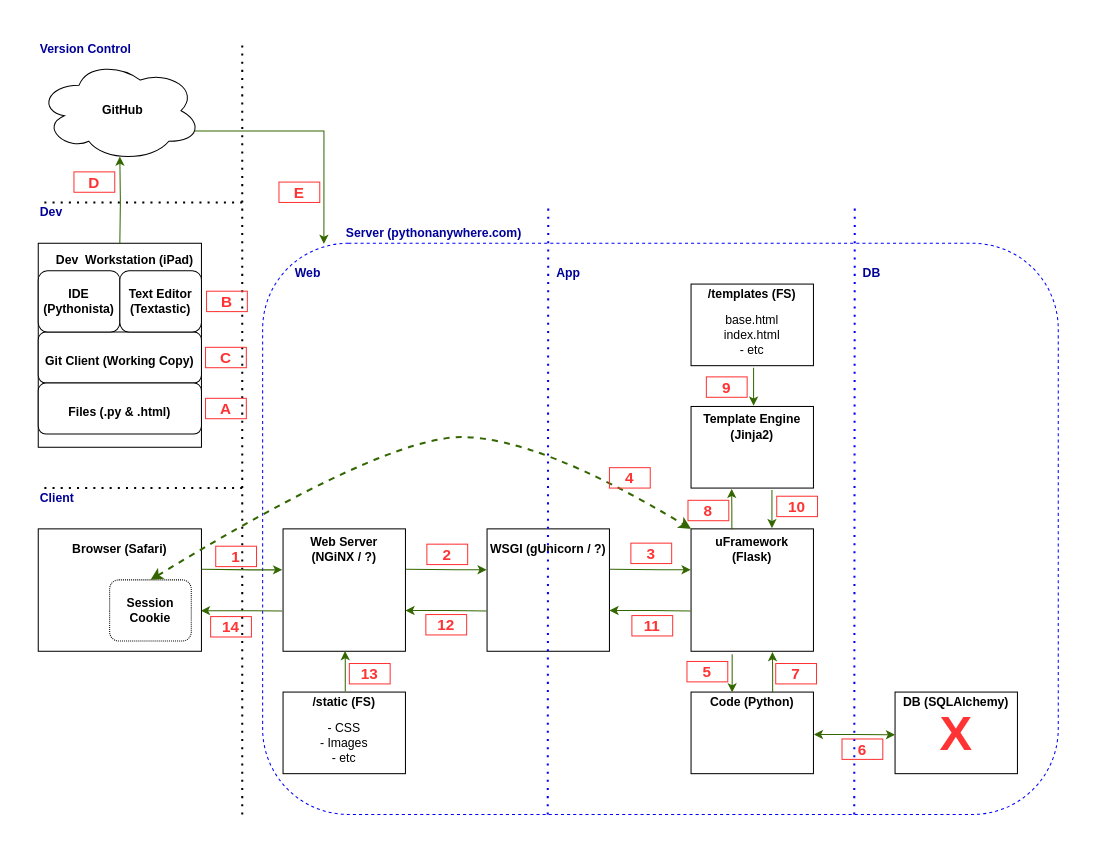
This is Web Flow.drawio from tsnellgrove/draw.io, a draw.io file, before an edit. Source tidied: cells renumbered, new cells numbered last; positions are measured from the earlier drawing's top-left corner, leaving out a move shared by most shapes. Both pictures are drawn from the tidied source at 102%, with x=0, y=0 at pixel (38, 39).
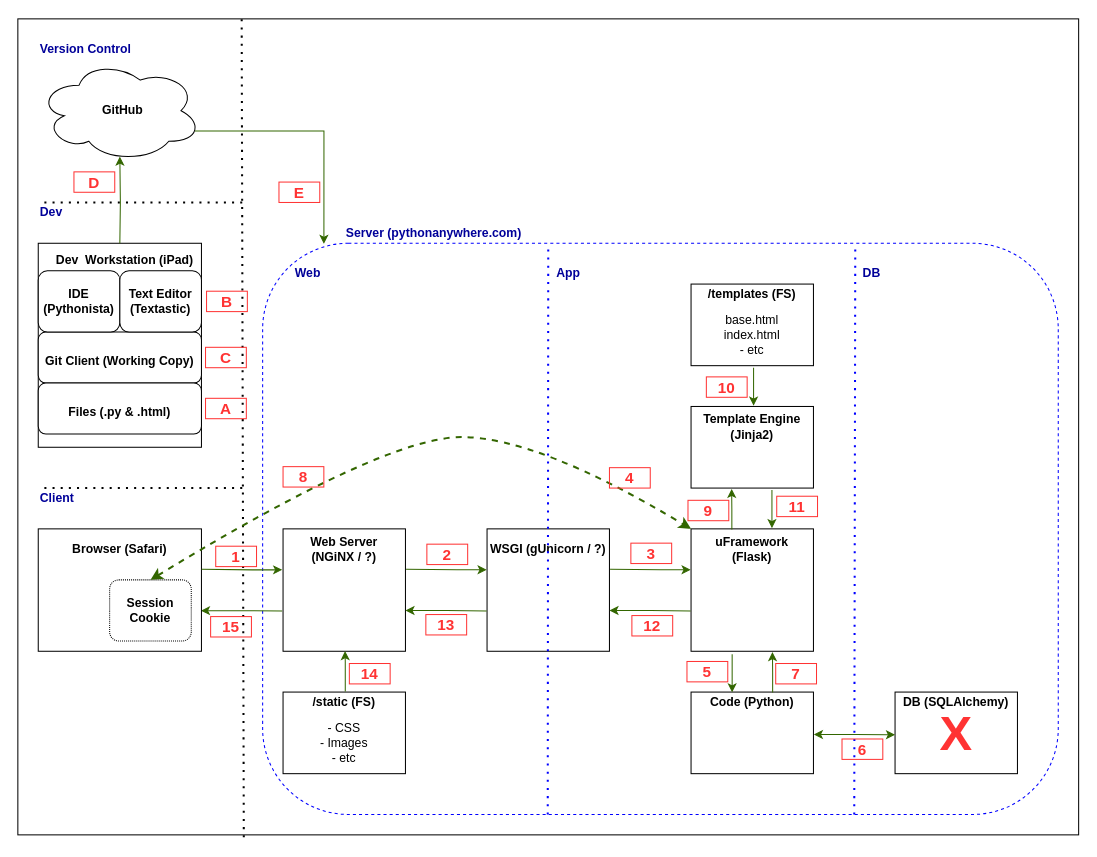
The same diagram, later.

Diff of the diagram source:
```diff
@@
+    <mxCell id="85" style="rounded=0;whiteSpace=wrap;html=1;fillColor=none;" parent="1" vertex="1">
+      <mxGeometry x="-20" y="-20" width="1040" height="800" as="geometry" />
+    </mxCell>
@@
-    <mxCell id="3" style="endArrow=none;dashed=1;html=1;dashPattern=1 3;strokeWidth=2;" parent="1" edge="1">
-      <mxGeometry relative="1" as="geometry">
-        <mxPoint x="200" y="760" as="sourcePoint" />
-        <mxPoint x="200" as="targetPoint" />
-      </mxGeometry>
+    <mxCell id="3" style="endArrow=none;dashed=1;html=1;dashPattern=1 3;strokeWidth=2;entryX=0.211;entryY=0;entryDx=0;entryDy=0;entryPerimeter=0;exitX=0.213;exitY=1.003;exitDx=0;exitDy=0;exitPerimeter=0;" parent="1" edge="1" source="85" target="85">
+      <mxGeometry relative="1" as="geometry" />
     </mxCell>
@@
     <mxCell id="34" style="endArrow=none;dashed=1;html=1;dashPattern=1 3;strokeWidth=2;strokeColor=#0000FF;" parent="1" edge="1">
       <mxGeometry relative="1" as="geometry">
         <mxPoint x="499.5" y="760" as="sourcePoint" />
-        <mxPoint x="500" y="160" as="targetPoint" />
+        <mxPoint x="500" y="200" as="targetPoint" />
       </mxGeometry>
     </mxCell>
@@
     <mxCell id="45" style="endArrow=none;dashed=1;html=1;dashPattern=1 3;strokeWidth=2;strokeColor=#0000FF;" parent="1" edge="1">
       <mxGeometry relative="1" as="geometry">
         <mxPoint x="800" y="760" as="sourcePoint" />
-        <mxPoint x="800.5" y="160" as="targetPoint" />
+        <mxPoint x="801" y="200" as="targetPoint" />
       </mxGeometry>
     </mxCell>
@@
-    <mxCell id="78" value="8" style="text;html=1;fillColor=none;align=center;verticalAlign=middle;whiteSpace=wrap;rounded=0;fontSize=15;fontStyle=1;fontColor=#FF3333;strokeColor=#FF3333;" parent="1" vertex="1">
+    <mxCell id="78" value="9" style="text;html=1;fillColor=none;align=center;verticalAlign=middle;whiteSpace=wrap;rounded=0;fontSize=15;fontStyle=1;fontColor=#FF3333;strokeColor=#FF3333;" parent="1" vertex="1">
       <mxGeometry x="637" y="452" width="40" height="20" as="geometry" />
     </mxCell>
-    <mxCell id="79" value="9" style="text;html=1;fillColor=none;align=center;verticalAlign=middle;whiteSpace=wrap;rounded=0;fontSize=15;fontStyle=1;fontColor=#FF3333;strokeColor=#FF3333;" parent="1" vertex="1">
+    <mxCell id="79" value="10" style="text;html=1;fillColor=none;align=center;verticalAlign=middle;whiteSpace=wrap;rounded=0;fontSize=15;fontStyle=1;fontColor=#FF3333;strokeColor=#FF3333;" parent="1" vertex="1">
       <mxGeometry x="655" y="331" width="40" height="20" as="geometry" />
     </mxCell>
-    <mxCell id="80" value="10" style="text;html=1;fillColor=none;align=center;verticalAlign=middle;whiteSpace=wrap;rounded=0;fontSize=15;fontStyle=1;fontColor=#FF3333;strokeColor=#FF3333;" parent="1" vertex="1">
+    <mxCell id="80" value="11" style="text;html=1;fillColor=none;align=center;verticalAlign=middle;whiteSpace=wrap;rounded=0;fontSize=15;fontStyle=1;fontColor=#FF3333;strokeColor=#FF3333;" parent="1" vertex="1">
       <mxGeometry x="724" y="448" width="40" height="20" as="geometry" />
     </mxCell>
-    <mxCell id="81" value="11" style="text;html=1;fillColor=none;align=center;verticalAlign=middle;whiteSpace=wrap;rounded=0;fontSize=15;fontStyle=1;fontColor=#FF3333;strokeColor=#FF3333;" parent="1" vertex="1">
+    <mxCell id="81" value="12" style="text;html=1;fillColor=none;align=center;verticalAlign=middle;whiteSpace=wrap;rounded=0;fontSize=15;fontStyle=1;fontColor=#FF3333;strokeColor=#FF3333;" parent="1" vertex="1">
       <mxGeometry x="582" y="565" width="40" height="20" as="geometry" />
     </mxCell>
-    <mxCell id="82" value="12" style="text;html=1;fillColor=none;align=center;verticalAlign=middle;whiteSpace=wrap;rounded=0;fontSize=15;fontStyle=1;fontColor=#FF3333;strokeColor=#FF3333;" parent="1" vertex="1">
+    <mxCell id="82" value="13" style="text;html=1;fillColor=none;align=center;verticalAlign=middle;whiteSpace=wrap;rounded=0;fontSize=15;fontStyle=1;fontColor=#FF3333;strokeColor=#FF3333;" parent="1" vertex="1">
       <mxGeometry x="380" y="564" width="40" height="20" as="geometry" />
     </mxCell>
-    <mxCell id="83" value="13" style="text;html=1;fillColor=none;align=center;verticalAlign=middle;whiteSpace=wrap;rounded=0;fontSize=15;fontStyle=1;fontColor=#FF3333;strokeColor=#FF3333;" parent="1" vertex="1">
+    <mxCell id="83" value="14" style="text;html=1;fillColor=none;align=center;verticalAlign=middle;whiteSpace=wrap;rounded=0;fontSize=15;fontStyle=1;fontColor=#FF3333;strokeColor=#FF3333;" parent="1" vertex="1">
       <mxGeometry x="305" y="612" width="40" height="20" as="geometry" />
     </mxCell>
-    <mxCell id="84" value="14" style="text;html=1;fillColor=none;align=center;verticalAlign=middle;whiteSpace=wrap;rounded=0;fontSize=15;fontStyle=1;fontColor=#FF3333;strokeColor=#FF3333;" parent="1" vertex="1">
+    <mxCell id="84" value="15" style="text;html=1;fillColor=none;align=center;verticalAlign=middle;whiteSpace=wrap;rounded=0;fontSize=15;fontStyle=1;fontColor=#FF3333;strokeColor=#FF3333;" parent="1" vertex="1">
       <mxGeometry x="169" y="566" width="40" height="20" as="geometry" />
     </mxCell>
+    <mxCell id="86" value="8" style="text;html=1;fillColor=none;align=center;verticalAlign=middle;whiteSpace=wrap;rounded=0;fontSize=15;fontStyle=1;fontColor=#FF3333;strokeColor=#FF3333;" parent="1" vertex="1">
+      <mxGeometry x="240" y="419" width="40" height="20" as="geometry" />
+    </mxCell>
```
